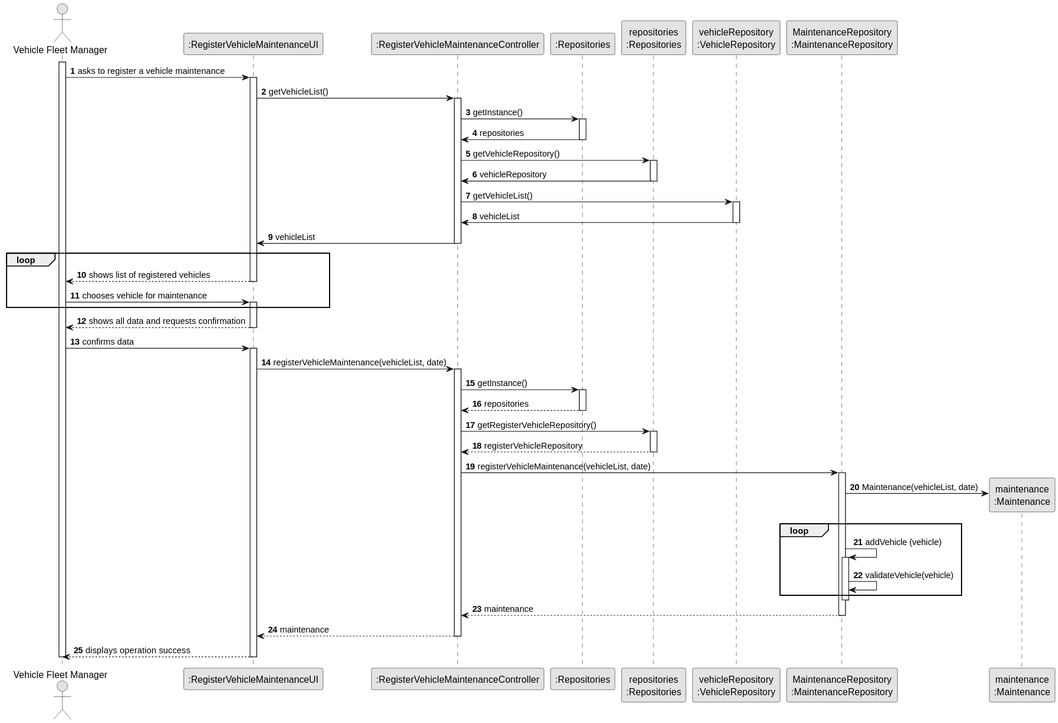
Before: docs/sprintB/us007/03.design/svg/us007-sequence-diagram-full.svg, a diagram exported from PlantUML (diogoveirospro/lei-24-s2-1dg-g072).
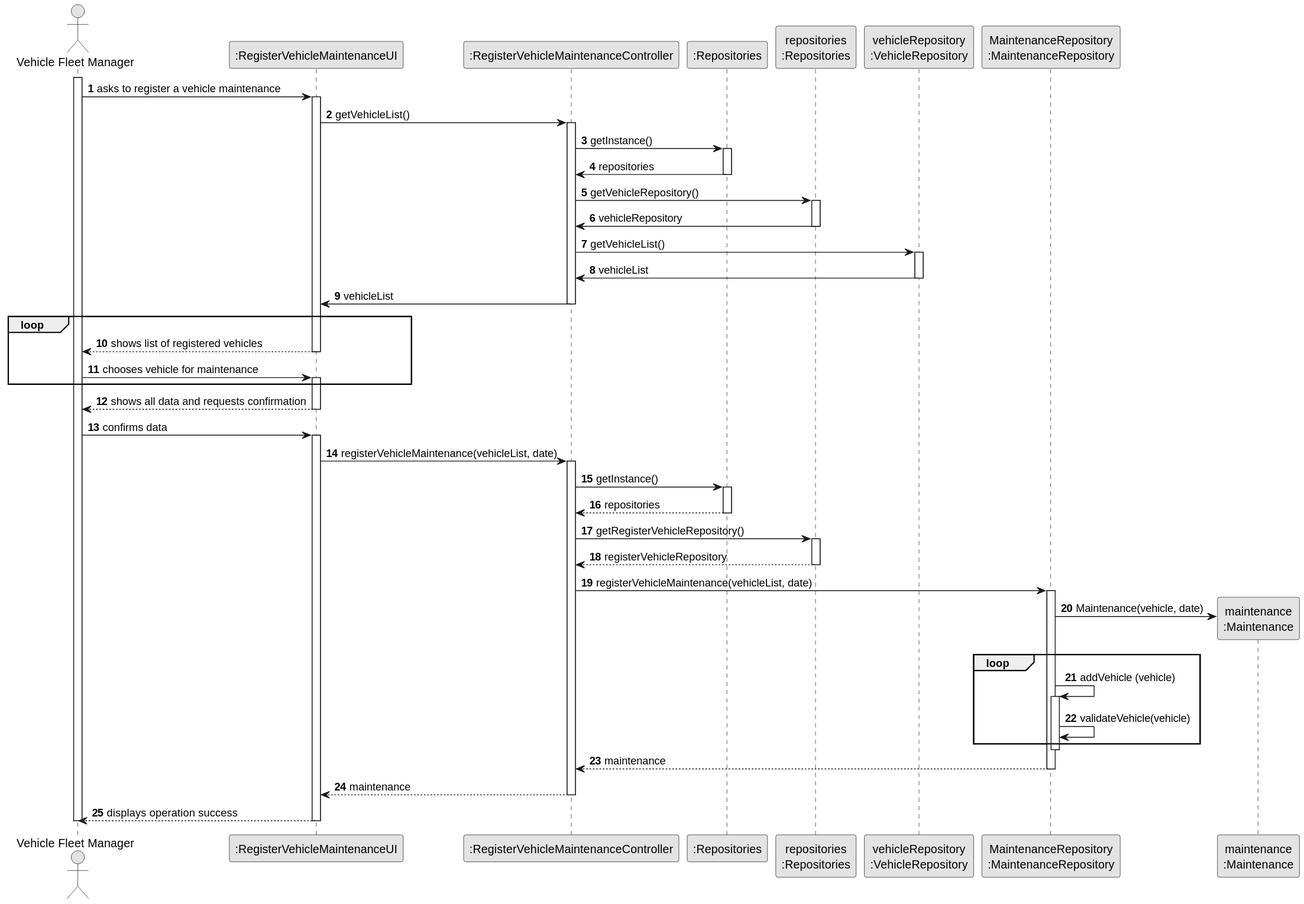
After the commit.

Commit message:
Solved some problems with us07 design and started doing Maintenance and MaintenanceRepository classes

The edit, as a diff of the source:
```diff
@@ -72,7 +72,7 @@
                 CTRL -> MREP : registerVehicleMaintenance(vehicleList, date)
                 activate MREP
 
-                MREP -> MAINTENANCE**: Maintenance(vehicleList, date)
+                MREP -> MAINTENANCE**: Maintenance(vehicle, date)
 
                 loop
                 MREP -> MREP: addVehicle (vehicle)
```
